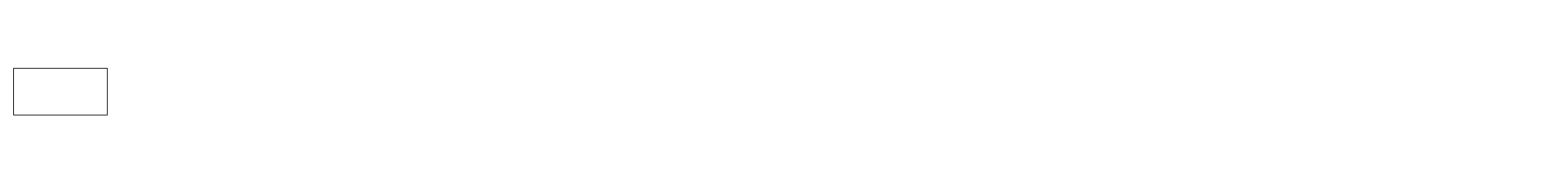
Before: development.drawio in bjsunhe/react, a draw.io diagram. Source tidied: cells renumbered, new cells numbered last; positions are measured from the earlier drawing's top-left corner, leaving out a move shared by most shapes. Both pictures are drawn from the tidied source at 78%, with x=0, y=0 at pixel (13, 68).
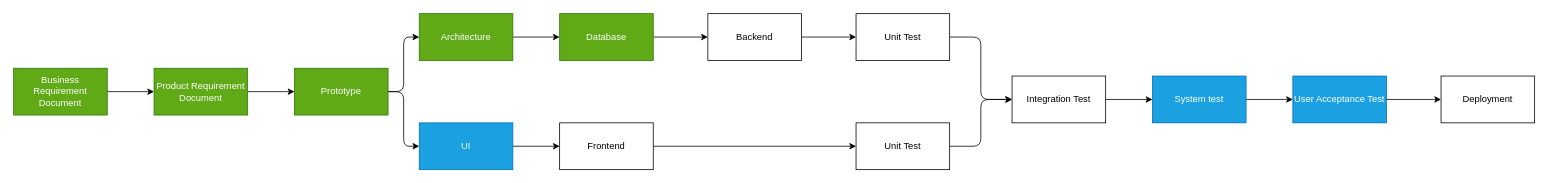
Above is the later version.

Commit message:
development process

What changed in the source:
```diff
@@
+    <mxCell id="3" style="edgeStyle=none;html=1;" parent="1" edge="1" source="2" target="5">
+      <mxGeometry relative="1" as="geometry" />
+    </mxCell>
-    <mxCell id="2" style="rounded=0;whiteSpace=wrap;html=1;" parent="1" vertex="1">
+    <mxCell id="2" value="Business Requirement Document" style="rounded=0;whiteSpace=wrap;html=1;fillColor=#60a917;fontColor=#ffffff;strokeColor=#2D7600;" parent="1" vertex="1">
       <mxGeometry width="120" height="60" as="geometry" />
     </mxCell>
+    <mxCell id="4" style="edgeStyle=none;html=1;" parent="1" edge="1" source="5" target="8">
+      <mxGeometry relative="1" as="geometry" />
+    </mxCell>
+    <mxCell id="5" value="Product Requirement Document" style="rounded=0;whiteSpace=wrap;html=1;fillColor=#60a917;fontColor=#ffffff;strokeColor=#2D7600;" parent="1" vertex="1">
+      <mxGeometry x="180" width="120" height="60" as="geometry" />
+    </mxCell>
+    <mxCell id="6" style="edgeStyle=orthogonalEdgeStyle;html=1;exitX=1;exitY=0.5;exitDx=0;exitDy=0;entryX=0;entryY=0.5;entryDx=0;entryDy=0;" parent="1" edge="1" source="8" target="10">
+      <mxGeometry relative="1" as="geometry" />
+    </mxCell>
+    <mxCell id="7" style="edgeStyle=orthogonalEdgeStyle;html=1;exitX=1;exitY=0.5;exitDx=0;exitDy=0;entryX=0;entryY=0.5;entryDx=0;entryDy=0;" parent="1" edge="1" source="8" target="12">
+      <mxGeometry relative="1" as="geometry" />
+    </mxCell>
+    <mxCell id="8" value="Prototype" style="rounded=0;whiteSpace=wrap;html=1;fillColor=#60a917;fontColor=#ffffff;strokeColor=#2D7600;" parent="1" vertex="1">
+      <mxGeometry x="360" width="120" height="60" as="geometry" />
+    </mxCell>
+    <mxCell id="9" style="edgeStyle=orthogonalEdgeStyle;html=1;" parent="1" edge="1" source="10" target="14">
+      <mxGeometry relative="1" as="geometry" />
+    </mxCell>
+    <mxCell id="10" value="Architecture" style="rounded=0;whiteSpace=wrap;html=1;fillColor=#60a917;fontColor=#ffffff;strokeColor=#2D7600;" parent="1" vertex="1">
+      <mxGeometry x="520" y="-70" width="120" height="60" as="geometry" />
+    </mxCell>
+    <mxCell id="11" style="edgeStyle=orthogonalEdgeStyle;html=1;" parent="1" edge="1" source="12" target="20">
+      <mxGeometry relative="1" as="geometry" />
+    </mxCell>
+    <mxCell id="12" value="UI" style="rounded=0;whiteSpace=wrap;html=1;fillColor=#1ba1e2;fontColor=#ffffff;strokeColor=#006EAF;" parent="1" vertex="1">
+      <mxGeometry x="520" y="70" width="120" height="60" as="geometry" />
+    </mxCell>
+    <mxCell id="13" style="edgeStyle=orthogonalEdgeStyle;html=1;" parent="1" edge="1" source="14" target="16">
+      <mxGeometry relative="1" as="geometry" />
+    </mxCell>
+    <mxCell id="14" value="Database" style="rounded=0;whiteSpace=wrap;html=1;fillColor=#60a917;fontColor=#ffffff;strokeColor=#2D7600;" parent="1" vertex="1">
+      <mxGeometry x="700" y="-70" width="120" height="60" as="geometry" />
+    </mxCell>
+    <mxCell id="15" style="edgeStyle=orthogonalEdgeStyle;html=1;" parent="1" edge="1" source="16" target="18">
+      <mxGeometry relative="1" as="geometry" />
+    </mxCell>
+    <mxCell id="16" value="Backend" style="rounded=0;whiteSpace=wrap;html=1;" parent="1" vertex="1">
+      <mxGeometry x="890" y="-70" width="120" height="60" as="geometry" />
+    </mxCell>
+    <mxCell id="17" style="edgeStyle=orthogonalEdgeStyle;html=1;exitX=1;exitY=0.5;exitDx=0;exitDy=0;entryX=0;entryY=0.5;entryDx=0;entryDy=0;" parent="1" edge="1" source="18" target="24">
+      <mxGeometry relative="1" as="geometry" />
+    </mxCell>
+    <mxCell id="18" value="Unit Test" style="rounded=0;whiteSpace=wrap;html=1;" parent="1" vertex="1">
+      <mxGeometry x="1080" y="-70" width="120" height="60" as="geometry" />
+    </mxCell>
+    <mxCell id="19" style="edgeStyle=orthogonalEdgeStyle;html=1;" parent="1" edge="1" source="20" target="22">
+      <mxGeometry relative="1" as="geometry" />
+    </mxCell>
+    <mxCell id="20" value="Frontend" style="rounded=0;whiteSpace=wrap;html=1;" parent="1" vertex="1">
+      <mxGeometry x="700" y="70" width="120" height="60" as="geometry" />
+    </mxCell>
+    <mxCell id="21" style="edgeStyle=orthogonalEdgeStyle;html=1;exitX=1;exitY=0.5;exitDx=0;exitDy=0;entryX=0;entryY=0.5;entryDx=0;entryDy=0;" parent="1" edge="1" source="22" target="24">
+      <mxGeometry relative="1" as="geometry" />
+    </mxCell>
+    <mxCell id="22" value="Unit Test" style="rounded=0;whiteSpace=wrap;html=1;" parent="1" vertex="1">
+      <mxGeometry x="1080" y="70" width="120" height="60" as="geometry" />
+    </mxCell>
+    <mxCell id="23" style="edgeStyle=orthogonalEdgeStyle;html=1;" parent="1" edge="1" source="24" target="28">
+      <mxGeometry relative="1" as="geometry" />
+    </mxCell>
+    <mxCell id="24" value="Integration Test" style="rounded=0;whiteSpace=wrap;html=1;" parent="1" vertex="1">
+      <mxGeometry x="1280" y="10" width="120" height="60" as="geometry" />
+    </mxCell>
+    <mxCell id="25" style="edgeStyle=orthogonalEdgeStyle;html=1;" parent="1" edge="1" source="26" target="29">
+      <mxGeometry relative="1" as="geometry" />
+    </mxCell>
+    <mxCell id="26" value="User Acceptance Test" style="rounded=0;whiteSpace=wrap;html=1;fillColor=#1ba1e2;fontColor=#ffffff;strokeColor=#006EAF;" parent="1" vertex="1">
+      <mxGeometry x="1640" y="10" width="120" height="60" as="geometry" />
+    </mxCell>
+    <mxCell id="27" style="edgeStyle=orthogonalEdgeStyle;html=1;" parent="1" edge="1" source="28" target="26">
+      <mxGeometry relative="1" as="geometry" />
+    </mxCell>
+    <mxCell id="28" value="System test" style="rounded=0;whiteSpace=wrap;html=1;fillColor=#1ba1e2;fontColor=#ffffff;strokeColor=#006EAF;" parent="1" vertex="1">
+      <mxGeometry x="1460" y="10" width="120" height="60" as="geometry" />
+    </mxCell>
+    <mxCell id="29" value="Deployment" style="rounded=0;whiteSpace=wrap;html=1;" parent="1" vertex="1">
+      <mxGeometry x="1830" y="10" width="120" height="60" as="geometry" />
+    </mxCell>
```
